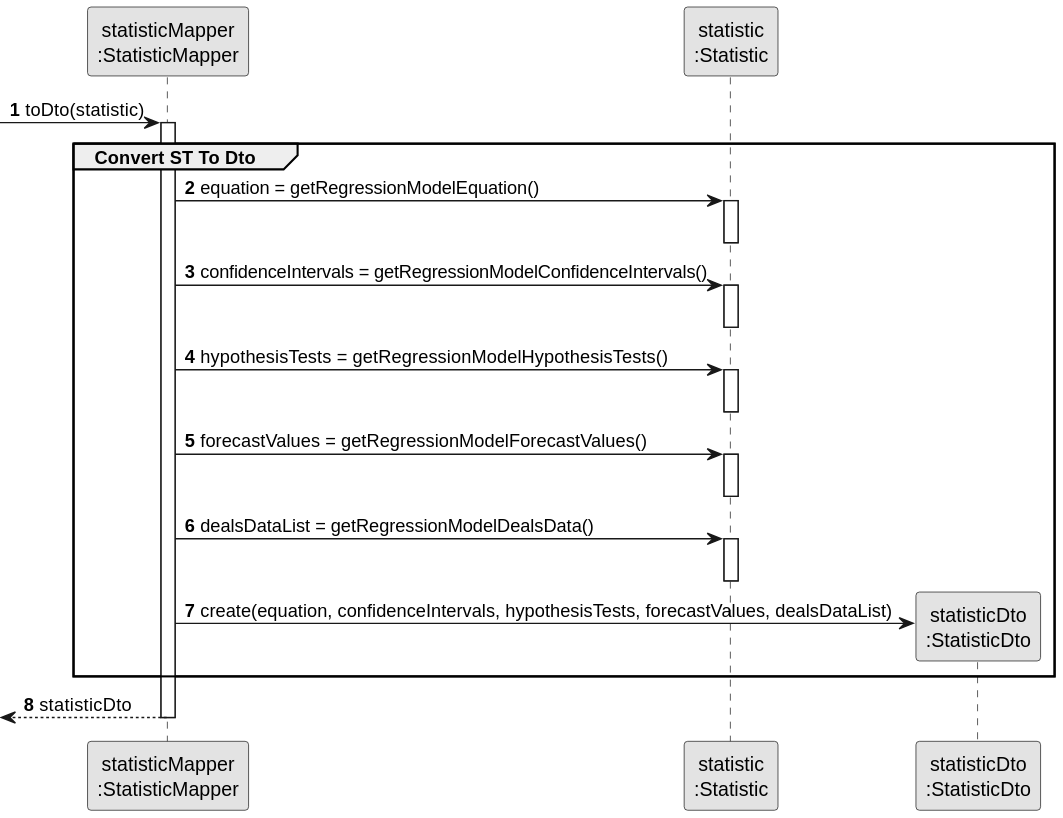
This is docs/sprintD/us018/03.design/svg/us018-sequence-diagram-partial-convert-statistic-to-dto.svg from rita-barbosa/LAPR2-2223, a PlantUML export, as it was before one commit.
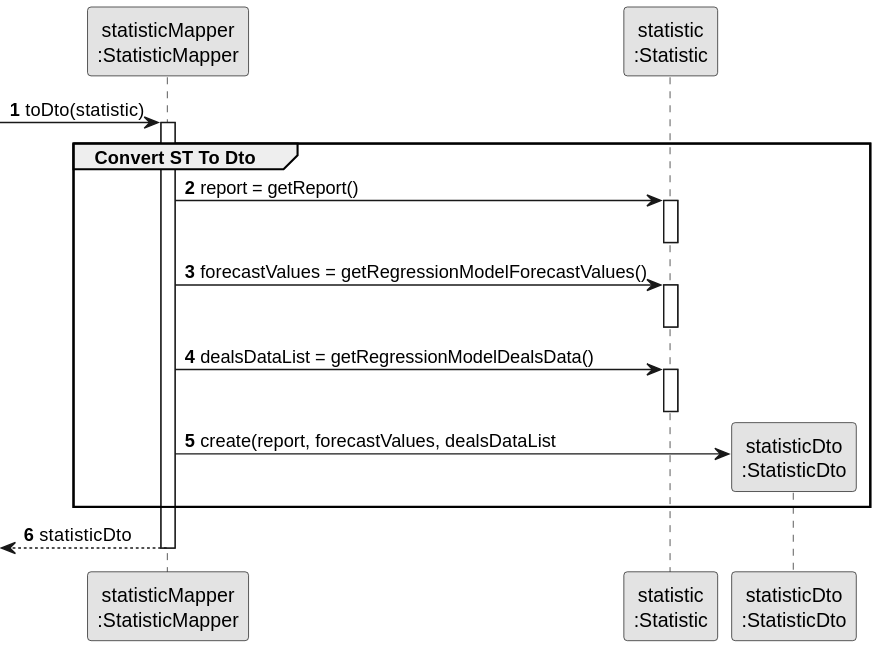
After the change.

What changed in the source:
```diff
@@ -16,15 +16,7 @@
 
     group Convert ST To Dto
 
-        STMapper -> ST: equation = getRegressionModelEquation()
-        activate ST
-        deactivate ST
-
-        STMapper -> ST: confidenceIntervals = getRegressionModelConfidenceIntervals()
-        activate ST
-        deactivate ST
-
-        STMapper -> ST: hypothesisTests = getRegressionModelHypothesisTests()
+        STMapper -> ST: report = getReport()
         activate ST
         deactivate ST
 
@@ -36,8 +28,7 @@
         activate ST
         deactivate ST
 
-        STMapper -> STDto** : create(equation, confidenceIntervals, hypothesisTests, forecastValues, dealsDataList)
-
+        STMapper -> STDto** : create(report, forecastValues, dealsDataList
 
  end group
 
```
